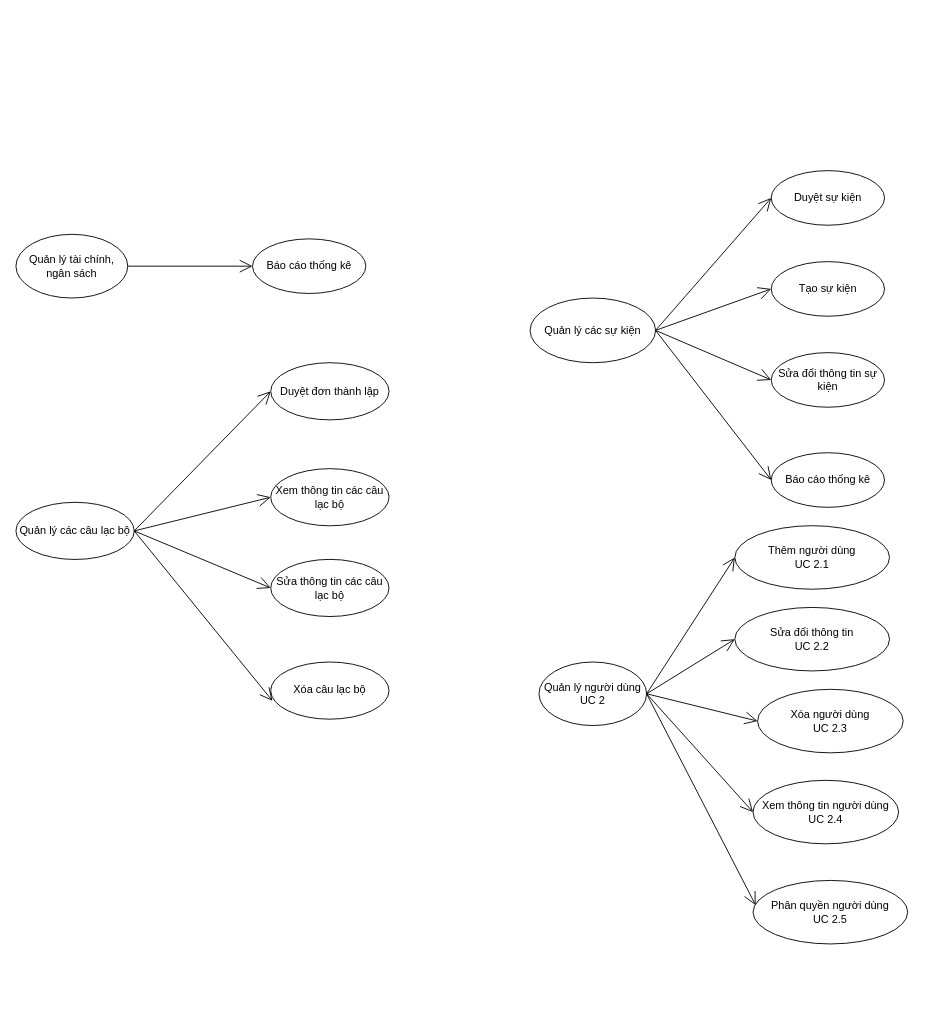
Above: page "event_content" (18 of 18) of Diagram.drawio in DnhTrn/finall_project (draw.io), before the change. Source tidied: cells renumbered, new cells numbered last; positions are measured from the earlier drawing's top-left corner, leaving out a move shared by most shapes. Both pictures are drawn from the tidied source at 91%, with x=0, y=0 at pixel (15, 170).
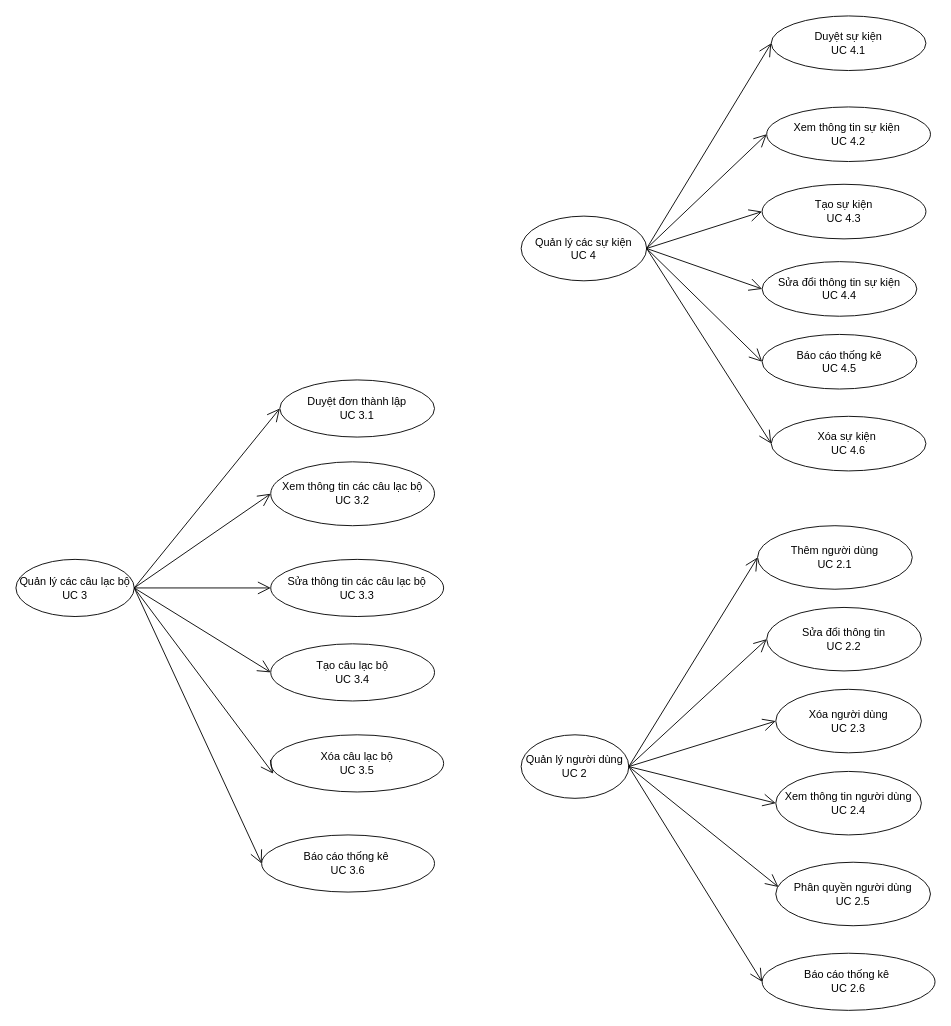
Above is the later version.

The edit, as a diff of the source:
```diff
@@
-    <mxCell id="2" value="Quản lý tài chính,&lt;div&gt;&lt;span style=&quot;background-color: initial;&quot;&gt;ngân sách&lt;/span&gt;&lt;/div&gt;" style="ellipse;whiteSpace=wrap;html=1;" parent="1" vertex="1">
-      <mxGeometry y="70" width="122.9" height="70" as="geometry" />
-    </mxCell>
-    <mxCell id="3" value="Báo cáo thống kê" style="ellipse;whiteSpace=wrap;html=1;" parent="1" vertex="1">
-      <mxGeometry x="260" y="75" width="124.5" height="60" as="geometry" />
-    </mxCell>
-    <mxCell id="4" style="endArrow=open;endFill=1;endSize=12;html=1;rounded=0;exitX=1;exitY=0.5;exitDx=0;exitDy=0;entryX=0;entryY=0.5;entryDx=0;entryDy=0;" parent="1" edge="1" source="2" target="3">
-      <mxGeometry relative="1" as="geometry" />
-    </mxCell>
-    <mxCell id="5" value="Quản lý các&lt;span style=&quot;background-color: initial;&quot;&gt;&amp;nbsp;sự kiện&lt;/span&gt;" style="ellipse;whiteSpace=wrap;html=1;" parent="1" vertex="1">
-      <mxGeometry x="565" y="140" width="137.9" height="71.1" as="geometry" />
+    <mxCell id="5" value="Quản lý các&lt;span style=&quot;background-color: initial;&quot;&gt;&amp;nbsp;sự kiện&lt;/span&gt;&lt;div&gt;&lt;span style=&quot;background-color: initial;&quot;&gt;UC 4&lt;/span&gt;&lt;/div&gt;" style="ellipse;whiteSpace=wrap;html=1;" parent="1" vertex="1">
+      <mxGeometry x="555.2" y="50" width="137.9" height="71.1" as="geometry" />
     </mxCell>
-    <mxCell id="6" value="Duyệt sự kiện" style="ellipse;whiteSpace=wrap;html=1;" parent="1" vertex="1">
-      <mxGeometry x="830" width="124.5" height="60" as="geometry" />
+    <mxCell id="6" value="Duyệt sự kiện&lt;div&gt;UC 4.1&lt;/div&gt;" style="ellipse;whiteSpace=wrap;html=1;" parent="1" vertex="1">
+      <mxGeometry x="830" y="-170" width="170" height="60" as="geometry" />
     </mxCell>
-    <mxCell id="7" value="Tạo sự kiện" style="ellipse;whiteSpace=wrap;html=1;" parent="1" vertex="1">
-      <mxGeometry x="830" y="100" width="124.5" height="60" as="geometry" />
+    <mxCell id="7" value="Tạo sự kiện&lt;div&gt;UC 4.3&lt;/div&gt;" style="ellipse;whiteSpace=wrap;html=1;" parent="1" vertex="1">
+      <mxGeometry x="820" y="15" width="180" height="60" as="geometry" />
     </mxCell>
-    <mxCell id="8" value="Sửa đổi thông tin sự kiện" style="ellipse;whiteSpace=wrap;html=1;" parent="1" vertex="1">
-      <mxGeometry x="830" y="200" width="124.5" height="60" as="geometry" />
+    <mxCell id="8" value="Sửa đổi thông tin sự kiện&lt;div&gt;UC 4.4&lt;/div&gt;" style="ellipse;whiteSpace=wrap;html=1;" parent="1" vertex="1">
+      <mxGeometry x="820" y="100" width="170" height="60" as="geometry" />
     </mxCell>
-    <mxCell id="9" value="Báo cáo thống kê" style="ellipse;whiteSpace=wrap;html=1;" parent="1" vertex="1">
-      <mxGeometry x="830" y="310" width="124.5" height="60" as="geometry" />
+    <mxCell id="9" value="Báo cáo thống kê&lt;div&gt;UC 4.5&lt;/div&gt;" style="ellipse;whiteSpace=wrap;html=1;" parent="1" vertex="1">
+      <mxGeometry x="820" y="180" width="170" height="60" as="geometry" />
     </mxCell>
@@
     <mxCell id="14" value="Quản lý người dùng&lt;div&gt;UC 2&lt;/div&gt;" style="ellipse;whiteSpace=wrap;html=1;" parent="1" vertex="1">
-      <mxGeometry x="574.8" y="540" width="118.3" height="69.8" as="geometry" />
+      <mxGeometry x="555.2" y="620" width="118.3" height="69.8" as="geometry" />
     </mxCell>
     <mxCell id="15" value="Thêm người dùng&lt;div&gt;UC 2.1&lt;/div&gt;" style="ellipse;whiteSpace=wrap;html=1;" parent="1" vertex="1">
-      <mxGeometry x="790" y="390.2" width="170" height="69.8" as="geometry" />
+      <mxGeometry x="815" y="390.2" width="170" height="69.8" as="geometry" />
     </mxCell>
     <mxCell id="16" value="Sửa đổi thông tin&lt;div&gt;UC 2.2&lt;/div&gt;" style="ellipse;whiteSpace=wrap;html=1;" parent="1" vertex="1">
-      <mxGeometry x="790" y="480" width="170" height="69.8" as="geometry" />
+      <mxGeometry x="825" y="480" width="170" height="69.8" as="geometry" />
     </mxCell>
     <mxCell id="17" value="Xóa người dùng&lt;div&gt;UC 2.3&lt;/div&gt;" style="ellipse;whiteSpace=wrap;html=1;" parent="1" vertex="1">
-      <mxGeometry x="815" y="570" width="160" height="69.8" as="geometry" />
+      <mxGeometry x="835" y="570" width="160" height="69.8" as="geometry" />
     </mxCell>
     <mxCell id="18" value="Xem thông tin người dùng&lt;div&gt;UC 2.4&lt;/div&gt;" style="ellipse;whiteSpace=wrap;html=1;" parent="1" vertex="1">
-      <mxGeometry x="810" y="670" width="160" height="69.8" as="geometry" />
+      <mxGeometry x="835" y="660.2" width="160" height="69.8" as="geometry" />
     </mxCell>
@@
-    <mxCell id="23" value="Quản lý các câu lạc bộ" style="ellipse;whiteSpace=wrap;html=1;" parent="1" vertex="1">
-      <mxGeometry y="364.5" width="130" height="62.8" as="geometry" />
+    <mxCell id="23" value="Quản lý các câu lạc bộ&lt;div&gt;UC 3&lt;/div&gt;" style="ellipse;whiteSpace=wrap;html=1;" parent="1" vertex="1">
+      <mxGeometry y="427.2" width="130" height="62.8" as="geometry" />
     </mxCell>
-    <mxCell id="24" value="Duyệt đơn thành lập" style="ellipse;whiteSpace=wrap;html=1;" parent="1" vertex="1">
-      <mxGeometry x="280" y="211.1" width="130" height="62.8" as="geometry" />
+    <mxCell id="24" value="Duyệt đơn thành lập&lt;div&gt;UC 3.1&lt;/div&gt;" style="ellipse;whiteSpace=wrap;html=1;" parent="1" vertex="1">
+      <mxGeometry x="290" y="230" width="170" height="62.8" as="geometry" />
     </mxCell>
-    <mxCell id="25" value="Xem thông tin các câu lạc bộ" style="ellipse;whiteSpace=wrap;html=1;" parent="1" vertex="1">
-      <mxGeometry x="280" y="327.5" width="130" height="62.8" as="geometry" />
+    <mxCell id="25" value="Xem thông tin các câu lạc bộ&lt;div&gt;UC 3.2&lt;/div&gt;" style="ellipse;whiteSpace=wrap;html=1;" parent="1" vertex="1">
+      <mxGeometry x="280" y="320" width="180" height="70.2" as="geometry" />
     </mxCell>
-    <mxCell id="26" value="Sửa thông tin các câu lạc bộ" style="ellipse;whiteSpace=wrap;html=1;" parent="1" vertex="1">
-      <mxGeometry x="280" y="427.2" width="130" height="62.8" as="geometry" />
+    <mxCell id="26" value="Sửa thông tin các câu lạc bộ&lt;div&gt;UC 3.3&lt;/div&gt;" style="ellipse;whiteSpace=wrap;html=1;" parent="1" vertex="1">
+      <mxGeometry x="280" y="427.2" width="190" height="62.8" as="geometry" />
     </mxCell>
-    <mxCell id="27" value="Xóa câu lạc bộ" style="ellipse;whiteSpace=wrap;html=1;" parent="1" vertex="1">
-      <mxGeometry x="280" y="540" width="130" height="62.8" as="geometry" />
+    <mxCell id="27" value="Xóa câu lạc bộ&lt;div&gt;UC 3.5&lt;/div&gt;" style="ellipse;whiteSpace=wrap;html=1;" parent="1" vertex="1">
+      <mxGeometry x="280" y="620" width="190" height="62.8" as="geometry" />
     </mxCell>
     <mxCell id="28" value="Phân quyền người dùng&lt;div&gt;UC 2.5&lt;/div&gt;" style="ellipse;whiteSpace=wrap;html=1;" parent="1" vertex="1">
-      <mxGeometry x="810" y="780" width="170" height="69.8" as="geometry" />
+      <mxGeometry x="835" y="760" width="170" height="69.8" as="geometry" />
     </mxCell>
@@
+    <mxCell id="34" value="Tạo câu lạc bộ&lt;div&gt;UC 3.4&lt;/div&gt;" style="ellipse;whiteSpace=wrap;html=1;" parent="1" vertex="1">
+      <mxGeometry x="280" y="520" width="180" height="62.8" as="geometry" />
+    </mxCell>
+    <mxCell id="35" style="endArrow=open;endFill=1;endSize=12;html=1;rounded=0;entryX=0;entryY=0.5;entryDx=0;entryDy=0;exitX=1;exitY=0.5;exitDx=0;exitDy=0;" parent="1" edge="1" source="23" target="34">
+      <mxGeometry relative="1" as="geometry" />
+    </mxCell>
+    <mxCell id="36" value="Xóa sự kiện&amp;nbsp;&lt;div&gt;UC 4.6&lt;/div&gt;" style="ellipse;whiteSpace=wrap;html=1;" parent="1" vertex="1">
+      <mxGeometry x="830" y="270" width="170" height="60" as="geometry" />
+    </mxCell>
+    <mxCell id="37" style="endArrow=open;endFill=1;endSize=12;html=1;rounded=0;entryX=0;entryY=0.5;entryDx=0;entryDy=0;exitX=1;exitY=0.5;exitDx=0;exitDy=0;" parent="1" edge="1" source="5" target="36">
+      <mxGeometry relative="1" as="geometry" />
+    </mxCell>
+    <mxCell id="38" value="&lt;div&gt;Xem thông tin sự kiện&amp;nbsp;&lt;/div&gt;&lt;div&gt;UC 4.2&lt;/div&gt;" style="ellipse;whiteSpace=wrap;html=1;" parent="1" vertex="1">
+      <mxGeometry x="825" y="-70" width="180" height="60" as="geometry" />
+    </mxCell>
+    <mxCell id="39" style="endArrow=open;endFill=1;endSize=12;html=1;rounded=0;exitX=1;exitY=0.5;exitDx=0;exitDy=0;entryX=0;entryY=0.5;entryDx=0;entryDy=0;" parent="1" edge="1" source="5" target="38">
+      <mxGeometry relative="1" as="geometry" />
+    </mxCell>
+    <mxCell id="40" value="&lt;div&gt;Báo cáo thống kê&amp;nbsp;&lt;/div&gt;&lt;div&gt;UC 3.6&lt;/div&gt;" style="ellipse;whiteSpace=wrap;html=1;" parent="1" vertex="1">
+      <mxGeometry x="270" y="730" width="190" height="62.8" as="geometry" />
+    </mxCell>
+    <mxCell id="41" style="endArrow=open;endFill=1;endSize=12;html=1;rounded=0;entryX=0;entryY=0.5;entryDx=0;entryDy=0;exitX=1;exitY=0.5;exitDx=0;exitDy=0;" parent="1" edge="1" source="23" target="40">
+      <mxGeometry relative="1" as="geometry" />
+    </mxCell>
+    <mxCell id="42" value="&lt;div&gt;Báo cáo thống kê&amp;nbsp;&lt;/div&gt;&lt;div&gt;UC 2.6&lt;/div&gt;" style="ellipse;whiteSpace=wrap;html=1;" parent="1" vertex="1">
+      <mxGeometry x="820" y="860" width="190" height="62.8" as="geometry" />
+    </mxCell>
+    <mxCell id="43" style="endArrow=open;endFill=1;endSize=12;html=1;rounded=0;entryX=0;entryY=0.5;entryDx=0;entryDy=0;exitX=1;exitY=0.5;exitDx=0;exitDy=0;" parent="1" edge="1" source="14" target="42">
+      <mxGeometry relative="1" as="geometry" />
+    </mxCell>
```
